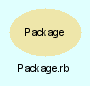
Earlier version of the Graphviz export src/trunk/doc/dot/f_0.png (eschabell/abtlinux). Its source is kept beside it as src/trunk/doc/dot/f_0.dot. Its diagram source:
```dot
digraph TopLevel {
    compound = true
    bgcolor = lightcyan1
    fontname = Arial
    fontsize = 8
    label = "Package.rb"
    node [
        fontname = Arial,
        fontsize = 8,
        color = black
    ]

    Package [
        fontcolor = black,
        URL = "classes/Package.html",
        shape = ellipse,
        color = palegoldenrod,
        style = filled,
        label = "Package"
    ]

}
```
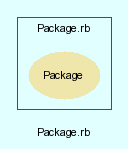
After the commit.

The edit, as a diff of the source:
```diff
@@ -10,13 +10,19 @@
         color = black
     ]
 
-    Package [
-        fontcolor = black,
-        URL = "classes/Package.html",
-        shape = ellipse,
-        color = palegoldenrod,
-        style = filled,
-        label = "Package"
-    ]
+    subgraph cluster_1 {
+        fontname = Arial
+        color = red
+        label = "Package.rb"
+        Package [
+            fontcolor = black,
+            URL = "classes/Package.html",
+            shape = ellipse,
+            color = palegoldenrod,
+            style = filled,
+            label = "Package"
+        ]
+
+    }
 
 }
```
